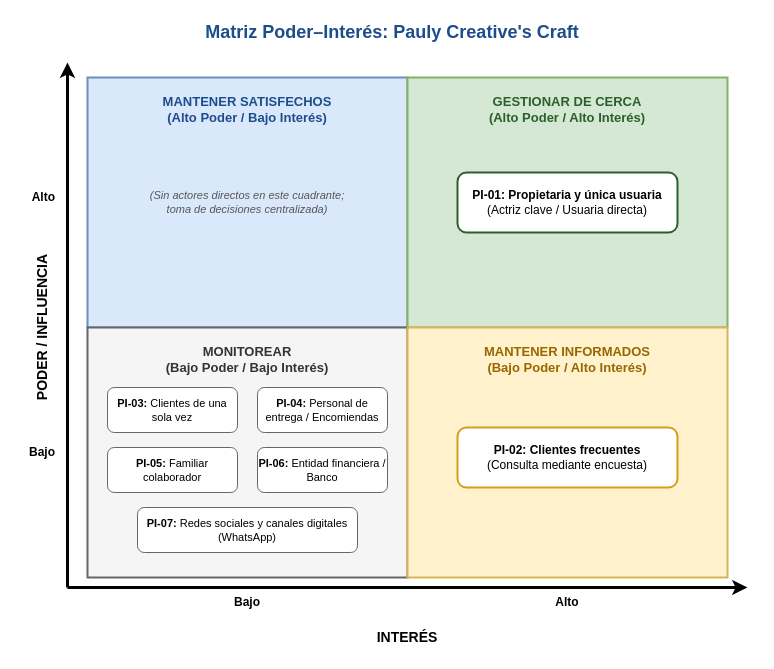
Earlier version of the draw.io diagram PFC/E1/modelos/matriz_poder_interes.drawio (JulexyLlerena/ISR401-HLRS). Source tidied: cells renumbered, new cells numbered last; positions are measured from the earlier drawing's top-left corner, leaving out a move shared by most shapes. Both pictures are drawn from the tidied source at 100%, with x=0, y=0 at pixel (-48, 17).
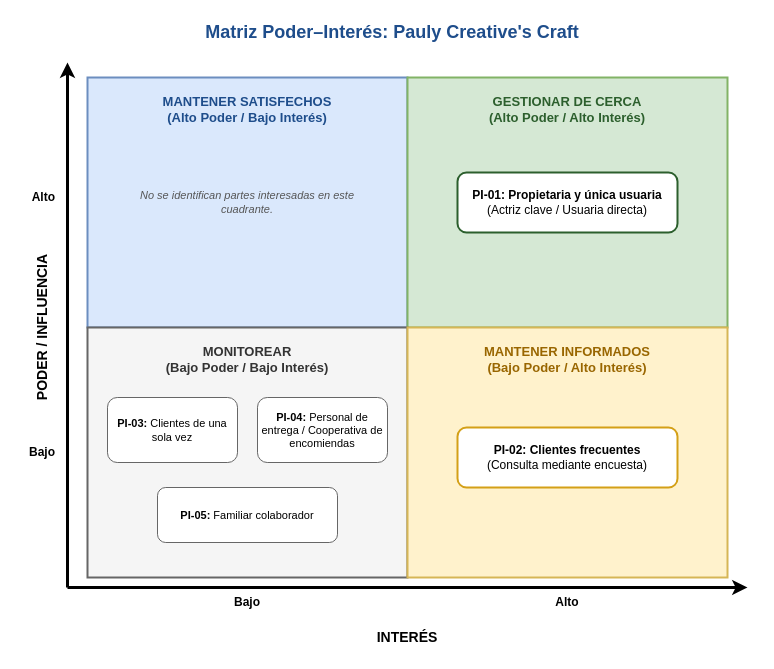
After the change.

Commit message (it also covers changes not shown here):
Modificaciones de la figura de la matriz

Change to the diagram source:
```diff
@@
-    <mxCell id="5" value="(Sin actores directos en este cuadrante;&#10;toma de decisiones centralizada)" style="text;html=1;strokeColor=none;fillColor=none;align=center;verticalAlign=middle;whiteSpace=wrap;rounded=0;fontSize=11;fontStyle=2;fontColor=#555555;" parent="1" vertex="1">
+    <mxCell id="5" value="No se identifican partes interesadas en este cuadrante." style="text;html=1;strokeColor=none;fillColor=none;align=center;verticalAlign=middle;whiteSpace=wrap;rounded=0;fontSize=11;fontStyle=2;fontColor=#555555;" parent="1" vertex="1">
       <mxGeometry x="165" y="160" width="260" height="50" as="geometry" />
     </mxCell>
@@
     <mxCell id="11" value="&lt;b&gt;PI-03:&lt;/b&gt; Clientes de una sola vez" style="rounded=1;whiteSpace=wrap;html=1;fillColor=#ffffff;strokeColor=#666666;fontSize=11;" parent="1" vertex="1">
-      <mxGeometry x="155" y="370" width="130" height="45" as="geometry" />
+      <mxGeometry x="155" y="380" width="130" height="65" as="geometry" />
     </mxCell>
-    <mxCell id="12" value="&lt;b&gt;PI-04:&lt;/b&gt; Personal de entrega / Encomiendas" style="rounded=1;whiteSpace=wrap;html=1;fillColor=#ffffff;strokeColor=#666666;fontSize=11;" parent="1" vertex="1">
-      <mxGeometry x="305" y="370" width="130" height="45" as="geometry" />
+    <mxCell id="12" value="&lt;b&gt;PI-04:&lt;/b&gt; Personal de entrega / Cooperativa de encomiendas" style="rounded=1;whiteSpace=wrap;html=1;fillColor=#ffffff;strokeColor=#666666;fontSize=11;" parent="1" vertex="1">
+      <mxGeometry x="305" y="380" width="130" height="65" as="geometry" />
     </mxCell>
     <mxCell id="13" value="&lt;b&gt;PI-05:&lt;/b&gt; Familiar colaborador" style="rounded=1;whiteSpace=wrap;html=1;fillColor=#ffffff;strokeColor=#666666;fontSize=11;" parent="1" vertex="1">
-      <mxGeometry x="155" y="430" width="130" height="45" as="geometry" />
+      <mxGeometry x="205" y="470" width="180" height="55" as="geometry" />
     </mxCell>
-    <mxCell id="14" value="&lt;b&gt;PI-06:&lt;/b&gt; Entidad financiera / Banco" style="rounded=1;whiteSpace=wrap;html=1;fillColor=#ffffff;strokeColor=#666666;fontSize=11;" parent="1" vertex="1">
-      <mxGeometry x="305" y="430" width="130" height="45" as="geometry" />
-    </mxCell>
-    <mxCell id="15" value="&lt;b&gt;PI-07:&lt;/b&gt; Redes sociales y canales digitales (WhatsApp)" style="rounded=1;whiteSpace=wrap;html=1;fillColor=#ffffff;strokeColor=#666666;fontSize=11;" parent="1" vertex="1">
-      <mxGeometry x="185" y="490" width="220" height="45" as="geometry" />
-    </mxCell>
```
